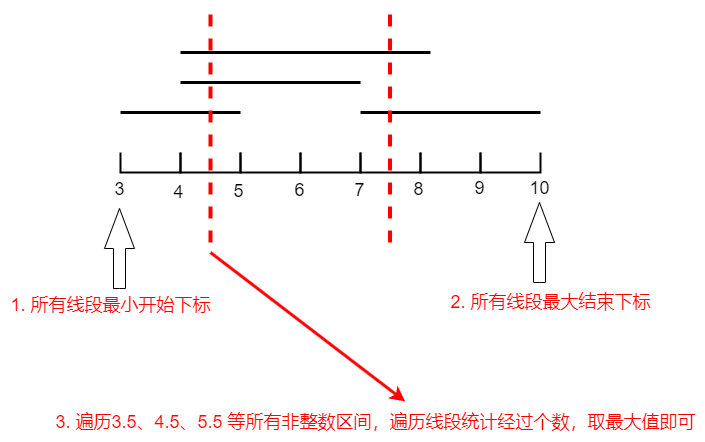
The draw.io diagram algrithem/heap_strengthen_heap.drawio.png in muxicode/c153080686, before a commit. Source tidied: cells renumbered, new cells last; positions are measured from the earlier drawing's top-left corner, leaving out a move shared by most shapes.
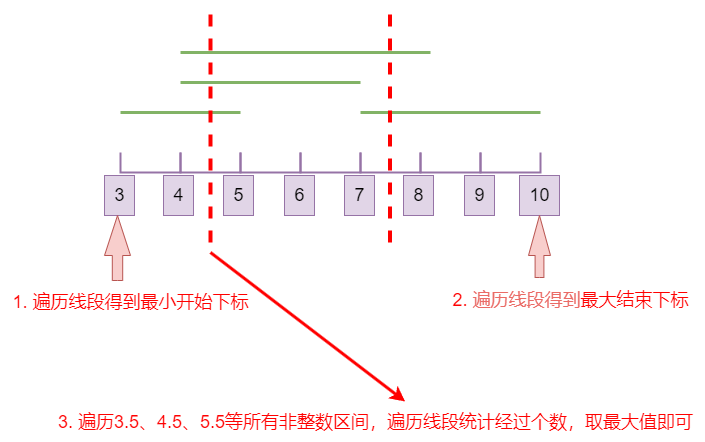
The same diagram one commit later.

The edit, as a diff of the source:
```diff
@@ -2,82 +2,82 @@
   <root>
     <mxCell id="0" />
     <mxCell id="1" parent="0" />
-    <mxCell id="2" style="strokeWidth=2;html=1;shape=mxgraph.flowchart.annotation_1;align=left;direction=north;" parent="1" vertex="1">
+    <mxCell id="2" style="strokeWidth=2;html=1;shape=mxgraph.flowchart.annotation_1;align=left;direction=north;fillColor=#e1d5e7;strokeColor=#9673a6;" parent="1" vertex="1">
       <mxGeometry x="120" y="150" width="60" height="20" as="geometry" />
     </mxCell>
-    <mxCell id="3" style="strokeWidth=2;html=1;shape=mxgraph.flowchart.annotation_1;align=left;direction=north;" parent="1" vertex="1">
+    <mxCell id="3" style="strokeWidth=2;html=1;shape=mxgraph.flowchart.annotation_1;align=left;direction=north;fillColor=#e1d5e7;strokeColor=#9673a6;" parent="1" vertex="1">
       <mxGeometry x="180" y="150" width="60" height="20" as="geometry" />
     </mxCell>
-    <mxCell id="4" style="strokeWidth=2;html=1;shape=mxgraph.flowchart.annotation_1;align=left;direction=north;" parent="1" vertex="1">
+    <mxCell id="4" style="strokeWidth=2;html=1;shape=mxgraph.flowchart.annotation_1;align=left;direction=north;fillColor=#e1d5e7;strokeColor=#9673a6;" parent="1" vertex="1">
       <mxGeometry x="240" y="150" width="60" height="20" as="geometry" />
     </mxCell>
-    <mxCell id="5" style="strokeWidth=2;html=1;shape=mxgraph.flowchart.annotation_1;align=left;direction=north;" parent="1" vertex="1">
+    <mxCell id="5" style="strokeWidth=2;html=1;shape=mxgraph.flowchart.annotation_1;align=left;direction=north;fillColor=#e1d5e7;strokeColor=#9673a6;" parent="1" vertex="1">
       <mxGeometry x="300" y="150" width="60" height="20" as="geometry" />
     </mxCell>
-    <mxCell id="6" style="strokeWidth=2;html=1;shape=mxgraph.flowchart.annotation_1;align=left;direction=north;" parent="1" vertex="1">
+    <mxCell id="6" style="strokeWidth=2;html=1;shape=mxgraph.flowchart.annotation_1;align=left;direction=north;fillColor=#e1d5e7;strokeColor=#9673a6;" parent="1" vertex="1">
       <mxGeometry x="360" y="150" width="60" height="20" as="geometry" />
     </mxCell>
-    <mxCell id="7" style="strokeWidth=2;html=1;shape=mxgraph.flowchart.annotation_1;align=left;direction=north;" parent="1" vertex="1">
+    <mxCell id="7" style="strokeWidth=2;html=1;shape=mxgraph.flowchart.annotation_1;align=left;direction=north;fillColor=#e1d5e7;strokeColor=#9673a6;" parent="1" vertex="1">
       <mxGeometry x="420" y="150" width="60" height="20" as="geometry" />
     </mxCell>
-    <mxCell id="8" style="strokeWidth=2;html=1;shape=mxgraph.flowchart.annotation_1;align=left;direction=north;" parent="1" vertex="1">
+    <mxCell id="8" style="strokeWidth=2;html=1;shape=mxgraph.flowchart.annotation_1;align=left;direction=north;fillColor=#e1d5e7;strokeColor=#9673a6;" parent="1" vertex="1">
       <mxGeometry x="480" y="150" width="60" height="20" as="geometry" />
     </mxCell>
-    <mxCell id="9" value="&lt;font style=&quot;font-size: 18px;&quot;&gt;3&lt;/font&gt;" style="text;html=1;align=center;verticalAlign=middle;strokeColor=none;fillColor=none;" parent="1" vertex="1">
-      <mxGeometry x="104" y="167" width="30" height="40" as="geometry" />
+    <mxCell id="9" value="&lt;font style=&quot;font-size: 18px;&quot;&gt;3&lt;/font&gt;" style="text;html=1;align=center;verticalAlign=middle;strokeColor=#9673a6;fillColor=#e1d5e7;" parent="1" vertex="1">
+      <mxGeometry x="104" y="173" width="30" height="40" as="geometry" />
     </mxCell>
-    <mxCell id="10" value="&lt;font style=&quot;font-size: 18px;&quot;&gt;4&lt;/font&gt;" style="text;html=1;align=center;verticalAlign=middle;strokeColor=none;fillColor=none;" parent="1" vertex="1">
-      <mxGeometry x="163" y="170" width="30" height="40" as="geometry" />
+    <mxCell id="10" value="&lt;font style=&quot;font-size: 18px;&quot;&gt;4&lt;/font&gt;" style="text;html=1;align=center;verticalAlign=middle;strokeColor=#9673a6;fillColor=#e1d5e7;" parent="1" vertex="1">
+      <mxGeometry x="163" y="173" width="30" height="40" as="geometry" />
     </mxCell>
-    <mxCell id="11" value="&lt;font style=&quot;font-size: 18px;&quot;&gt;5&lt;/font&gt;" style="text;html=1;align=center;verticalAlign=middle;strokeColor=none;fillColor=none;" parent="1" vertex="1">
-      <mxGeometry x="223" y="169" width="30" height="40" as="geometry" />
+    <mxCell id="11" value="&lt;font style=&quot;font-size: 18px;&quot;&gt;5&lt;/font&gt;" style="text;html=1;align=center;verticalAlign=middle;strokeColor=#9673a6;fillColor=#e1d5e7;" parent="1" vertex="1">
+      <mxGeometry x="223" y="173" width="30" height="40" as="geometry" />
     </mxCell>
-    <mxCell id="12" value="&lt;font style=&quot;font-size: 18px;&quot;&gt;6&lt;/font&gt;" style="text;html=1;align=center;verticalAlign=middle;strokeColor=none;fillColor=none;" parent="1" vertex="1">
-      <mxGeometry x="284" y="168" width="30" height="40" as="geometry" />
+    <mxCell id="12" value="&lt;font style=&quot;font-size: 18px;&quot;&gt;6&lt;/font&gt;" style="text;html=1;align=center;verticalAlign=middle;strokeColor=#9673a6;fillColor=#e1d5e7;" parent="1" vertex="1">
+      <mxGeometry x="284" y="173" width="30" height="40" as="geometry" />
     </mxCell>
-    <mxCell id="13" value="&lt;font style=&quot;font-size: 18px;&quot;&gt;7&lt;/font&gt;" style="text;html=1;align=center;verticalAlign=middle;strokeColor=none;fillColor=none;" parent="1" vertex="1">
-      <mxGeometry x="344" y="168" width="30" height="40" as="geometry" />
+    <mxCell id="13" value="&lt;font style=&quot;font-size: 18px;&quot;&gt;7&lt;/font&gt;" style="text;html=1;align=center;verticalAlign=middle;strokeColor=#9673a6;fillColor=#e1d5e7;" parent="1" vertex="1">
+      <mxGeometry x="344" y="173" width="30" height="40" as="geometry" />
     </mxCell>
-    <mxCell id="14" value="&lt;font style=&quot;font-size: 18px;&quot;&gt;8&lt;/font&gt;" style="text;html=1;align=center;verticalAlign=middle;strokeColor=none;fillColor=none;" parent="1" vertex="1">
-      <mxGeometry x="403" y="167" width="30" height="40" as="geometry" />
+    <mxCell id="14" value="&lt;font style=&quot;font-size: 18px;&quot;&gt;8&lt;/font&gt;" style="text;html=1;align=center;verticalAlign=middle;strokeColor=#9673a6;fillColor=#e1d5e7;" parent="1" vertex="1">
+      <mxGeometry x="403" y="173" width="30" height="40" as="geometry" />
     </mxCell>
-    <mxCell id="15" value="&lt;span style=&quot;font-size: 18px;&quot;&gt;9&lt;/span&gt;" style="text;html=1;align=center;verticalAlign=middle;strokeColor=none;fillColor=none;" parent="1" vertex="1">
-      <mxGeometry x="464" y="166" width="30" height="40" as="geometry" />
+    <mxCell id="15" value="&lt;span style=&quot;font-size: 18px;&quot;&gt;9&lt;/span&gt;" style="text;html=1;align=center;verticalAlign=middle;strokeColor=#9673a6;fillColor=#e1d5e7;" parent="1" vertex="1">
+      <mxGeometry x="464" y="173" width="30" height="40" as="geometry" />
     </mxCell>
-    <mxCell id="16" value="&lt;font style=&quot;font-size: 18px;&quot;&gt;10&lt;/font&gt;" style="text;html=1;align=center;verticalAlign=middle;strokeColor=none;fillColor=none;" parent="1" vertex="1">
-      <mxGeometry x="519" y="166" width="40" height="40" as="geometry" />
+    <mxCell id="16" value="&lt;font style=&quot;font-size: 18px;&quot;&gt;10&lt;/font&gt;" style="text;html=1;align=center;verticalAlign=middle;strokeColor=#9673a6;fillColor=#e1d5e7;" parent="1" vertex="1">
+      <mxGeometry x="519" y="173" width="40" height="40" as="geometry" />
     </mxCell>
-    <mxCell id="17" style="html=1;shadow=0;dashed=0;align=center;verticalAlign=middle;shape=mxgraph.arrows2.arrow;dy=0.6;dx=40;direction=north;notch=0;" parent="1" vertex="1">
-      <mxGeometry x="104" y="206" width="30" height="80" as="geometry" />
+    <mxCell id="17" style="html=1;shadow=0;dashed=0;align=center;verticalAlign=middle;shape=mxgraph.arrows2.arrow;dy=0.6;dx=40;direction=north;notch=0;fillColor=#f8cecc;strokeColor=#b85450;" parent="1" vertex="1">
+      <mxGeometry x="104" y="213" width="26" height="65" as="geometry" />
     </mxCell>
-    <mxCell id="18" style="html=1;shadow=0;dashed=0;align=center;verticalAlign=middle;shape=mxgraph.arrows2.arrow;dy=0.6;dx=40;direction=north;notch=0;" parent="1" vertex="1">
-      <mxGeometry x="524" y="200" width="30" height="80" as="geometry" />
+    <mxCell id="18" style="html=1;shadow=0;dashed=0;align=center;verticalAlign=middle;shape=mxgraph.arrows2.arrow;dy=0.6;dx=40;direction=north;notch=0;fillColor=#f8cecc;strokeColor=#b85450;" parent="1" vertex="1">
+      <mxGeometry x="528" y="213" width="22" height="62" as="geometry" />
     </mxCell>
-    <mxCell id="19" value="&lt;font color=&quot;#ff0000&quot; style=&quot;font-size: 18px;&quot;&gt;1. 所有线段最小开始下标&lt;/font&gt;" style="text;html=1;align=center;verticalAlign=middle;strokeColor=none;fillColor=none;fontColor=#EA6B66;" parent="1" vertex="1">
-      <mxGeometry y="283" width="220" height="40" as="geometry" />
+    <mxCell id="19" value="&lt;font color=&quot;#ff0000&quot; style=&quot;font-size: 18px;&quot;&gt;1. 遍历线段得到最小开始下标&lt;/font&gt;" style="text;html=1;align=center;verticalAlign=middle;strokeColor=none;fillColor=none;fontColor=#EA6B66;" parent="1" vertex="1">
+      <mxGeometry y="280" width="260" height="40" as="geometry" />
     </mxCell>
-    <mxCell id="20" value="&lt;font color=&quot;#ff0000&quot; style=&quot;font-size: 18px;&quot;&gt;2. 所有线段最大结束下标&lt;/font&gt;" style="text;html=1;align=center;verticalAlign=middle;strokeColor=none;fillColor=none;fontColor=#EA6B66;" parent="1" vertex="1">
-      <mxGeometry x="440" y="280" width="220" height="40" as="geometry" />
+    <mxCell id="20" value="&lt;font style=&quot;font-size: 18px;&quot;&gt;&lt;font color=&quot;#ff0000&quot; style=&quot;font-size: 18px;&quot;&gt;2.&amp;nbsp;&lt;/font&gt;遍历线段得到&lt;font color=&quot;#ff0000&quot; style=&quot;font-size: 18px;&quot;&gt;最大结束下标&lt;/font&gt;&lt;/font&gt;" style="text;html=1;align=center;verticalAlign=middle;strokeColor=none;fillColor=none;fontColor=#EA6B66;" parent="1" vertex="1">
+      <mxGeometry x="440" y="278" width="260" height="40" as="geometry" />
     </mxCell>
-    <mxCell id="21" style="endArrow=none;html=1;rounded=0;strokeWidth=3;" parent="1" edge="1">
+    <mxCell id="21" style="endArrow=none;html=1;rounded=0;strokeWidth=3;fillColor=#d5e8d4;strokeColor=#82b366;" parent="1" edge="1">
       <mxGeometry relative="1" as="geometry">
         <mxPoint x="120" y="110" as="sourcePoint" />
         <mxPoint x="240" y="110" as="targetPoint" />
       </mxGeometry>
     </mxCell>
-    <mxCell id="22" style="endArrow=none;html=1;rounded=0;strokeWidth=3;" parent="1" edge="1">
+    <mxCell id="22" style="endArrow=none;html=1;rounded=0;strokeWidth=3;fillColor=#d5e8d4;strokeColor=#82b366;" parent="1" edge="1">
       <mxGeometry relative="1" as="geometry">
         <mxPoint x="180" y="80" as="sourcePoint" />
         <mxPoint x="360" y="80" as="targetPoint" />
       </mxGeometry>
     </mxCell>
-    <mxCell id="23" style="endArrow=none;html=1;rounded=0;strokeWidth=3;" parent="1" edge="1">
+    <mxCell id="23" style="endArrow=none;html=1;rounded=0;strokeWidth=3;fillColor=#d5e8d4;strokeColor=#82b366;" parent="1" edge="1">
       <mxGeometry relative="1" as="geometry">
         <mxPoint x="180" y="50" as="sourcePoint" />
         <mxPoint x="430" y="50" as="targetPoint" />
       </mxGeometry>
     </mxCell>
-    <mxCell id="24" style="endArrow=none;html=1;rounded=0;strokeWidth=3;" parent="1" edge="1">
+    <mxCell id="24" style="endArrow=none;html=1;rounded=0;strokeWidth=3;fillColor=#d5e8d4;strokeColor=#82b366;" parent="1" edge="1">
       <mxGeometry relative="1" as="geometry">
         <mxPoint x="360" y="110" as="sourcePoint" />
         <mxPoint x="540" y="110" as="targetPoint" />
@@ -95,7 +95,7 @@
         <mxPoint x="389.5" as="targetPoint" />
       </mxGeometry>
     </mxCell>
-    <mxCell id="27" value="&lt;font color=&quot;#ff0000&quot; style=&quot;font-size: 18px;&quot;&gt;3. 遍历3.5、4.5、5.5 等所有非整数区间，遍历线段统计经过个数，取最大值即可&lt;/font&gt;" style="text;html=1;align=center;verticalAlign=middle;points=[];strokeColor=none;fillColor=none;fontColor=#EA6B66;" parent="1" vertex="1">
+    <mxCell id="27" value="&lt;font color=&quot;#ff0000&quot; style=&quot;font-size: 18px;&quot;&gt;3. 遍历3.5、4.5、5.5等所有非整数区间，遍历线段统计经过个数，取最大值即可&lt;/font&gt;" style="text;html=1;align=center;verticalAlign=middle;points=[];strokeColor=none;fillColor=none;fontColor=#EA6B66;" parent="1" vertex="1">
       <mxGeometry x="45" y="400" width="660" height="40" as="geometry" />
     </mxCell>
     <mxCell id="28" style="endArrow=classic;html=1;rounded=0;entryX=0.545;entryY=-0.025;entryDx=0;entryDy=0;entryPerimeter=0;strokeWidth=3;strokeColor=#FF0000;" parent="1" edge="1" target="27">
```
